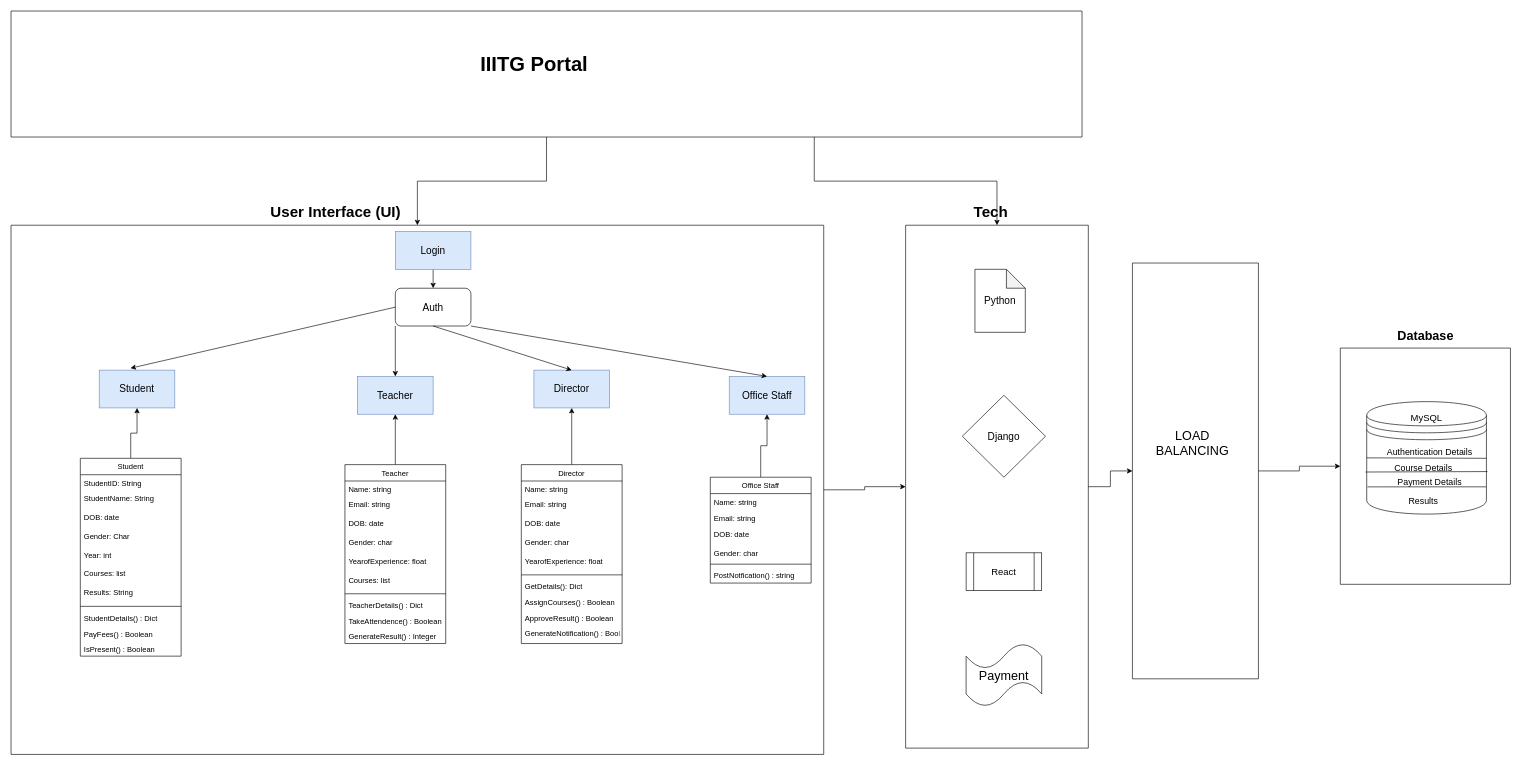
Earlier version of the draw.io diagram Untitled Diagram.drawio (nityanandmathur/IIITG-Portal). Source tidied: cells renumbered, new cells numbered last; positions are measured from the earlier drawing's top-left corner, leaving out a move shared by most shapes. Both pictures are drawn from the tidied source at 63%, with x=0, y=0 at pixel (11, 11).
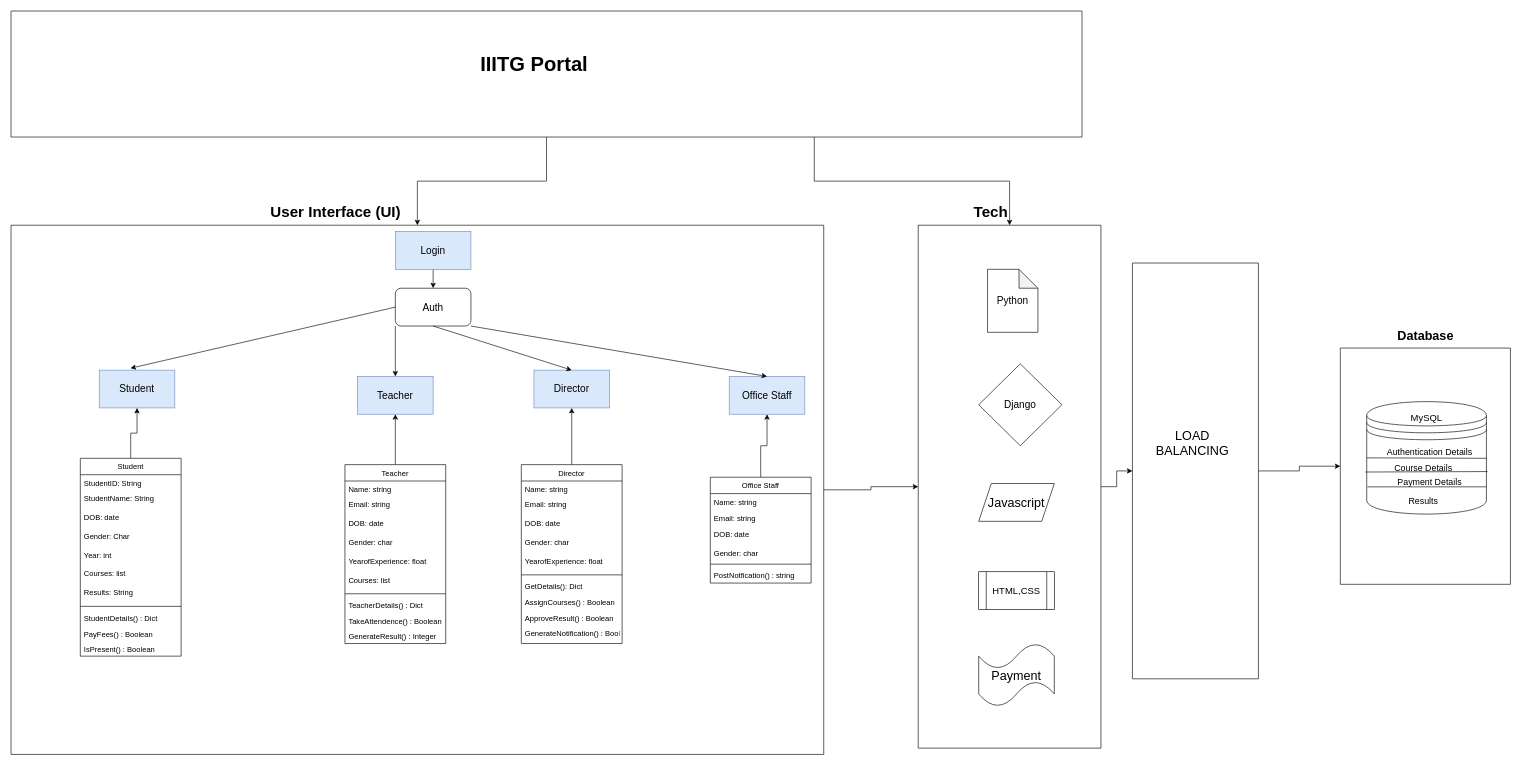
The same diagram, later.

Change to the diagram source:
```diff
@@
     <mxCell id="16" style="swimlane;startSize=0;fontSize=16;" parent="1" vertex="1">
-      <mxGeometry x="1420" y="340" width="290" height="830" as="geometry" />
+      <mxGeometry x="1440" y="340" width="290" height="830" as="geometry" />
     </mxCell>
@@
     <mxCell id="18" value="Django" style="rhombus;whiteSpace=wrap;html=1;fontSize=16;" parent="16" vertex="1">
-      <mxGeometry x="90" y="270" width="132" height="130" as="geometry" />
+      <mxGeometry x="96" y="220" width="132" height="130" as="geometry" />
     </mxCell>
-    <mxCell id="19" value="&lt;font style=&quot;font-size: 15px;&quot;&gt;React&lt;/font&gt;" style="shape=process;whiteSpace=wrap;html=1;backgroundOutline=1;" parent="16" vertex="1">
-      <mxGeometry x="96" y="520" width="120" height="60" as="geometry" />
+    <mxCell id="19" value="&lt;font style=&quot;font-size: 15px;&quot;&gt;HTML,CSS&lt;/font&gt;" style="shape=process;whiteSpace=wrap;html=1;backgroundOutline=1;" parent="16" vertex="1">
+      <mxGeometry x="96" y="550" width="120" height="60" as="geometry" />
     </mxCell>
@@
+    <mxCell id="86" value="Javascript" style="shape=parallelogram;perimeter=parallelogramPerimeter;whiteSpace=wrap;html=1;fixedSize=1;fontSize=20;" parent="16" vertex="1">
+      <mxGeometry x="96" y="410" width="120" height="60" as="geometry" />
+    </mxCell>
```
